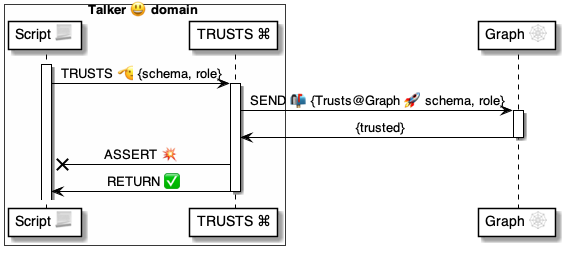
Earlier version of the PlantUML export 4 ⚙️ Solution/37 Scripts 📃/📃 Commands ⌘/⌘ for messages 📨/TRUSTS 🫡/🫡 TRUSTS ⚙️ uml.png (pollyweb-org/pollyweb-docs). Its source is kept beside it as 4 ⚙️ Solution/37 Scripts 📃/📃 Commands ⌘/⌘ for messages 📨/TRUSTS 🫡/🫡 TRUSTS ⚙️ uml.puml.
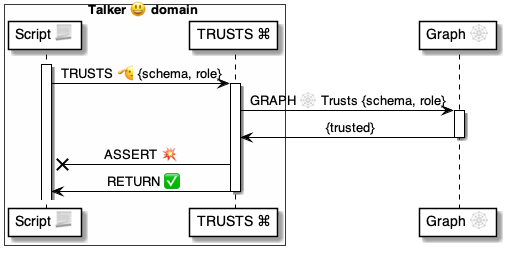
The same diagram one commit later.

What changed in the source:
```diff
@@ -12,7 +12,7 @@
 
 activate trusts
 
-    trusts -> graph: SEND 📬 {Trusts@Graph 🚀 schema, role}
+    trusts -> graph: GRAPH 🕸 Trusts {schema, role}
 
     activate graph
         graph -> trusts: {trusted}
```
